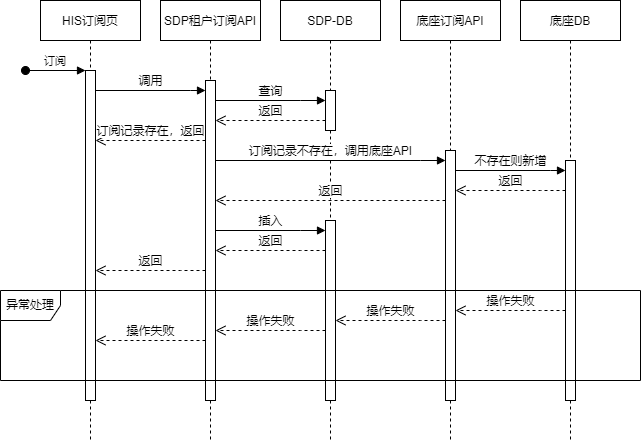
The draw.io diagram RASP底座v3.0 - 插件订阅流程.drawio.png in fy0715eien/fy.diagrams.net, before a commit. Source tidied: cells renumbered, new cells last; positions are measured from the earlier drawing's top-left corner, leaving out a move shared by most shapes.
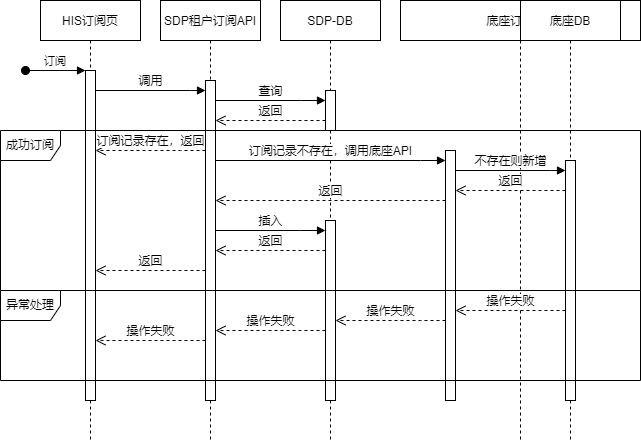
After the commit.

Commit message:
Update RASP底座v3.0 - 插件订阅流程.drawio.png

Diff of the diagram source:
```diff
@@ -20,11 +20,14 @@
       <mxGeometry x="45" y="80" width="10" height="320" as="geometry" />
     </mxCell>
     <mxCell id="7" value="底座订阅API" style="shape=umlLifeline;perimeter=lifelinePerimeter;rounded=0;shadow=0;strokeWidth=1;" parent="1" vertex="1">
-      <mxGeometry x="400" width="100" height="440" as="geometry" />
+      <mxGeometry x="400" width="240" height="440" as="geometry" />
     </mxCell>
     <mxCell id="8" style="html=1;points=[];perimeter=orthogonalPerimeter;direction=east;" parent="7" vertex="1">
       <mxGeometry x="45" y="150" width="10" height="250" as="geometry" />
     </mxCell>
+    <mxCell id="30" value="成功订阅" style="shape=umlFrame;whiteSpace=wrap;html=1;" parent="7" vertex="1">
+      <mxGeometry x="-400" y="130" width="640" height="160" as="geometry" />
+    </mxCell>
     <mxCell id="9" value="SDP-DB" style="shape=umlLifeline;perimeter=lifelinePerimeter;rounded=0;shadow=0;strokeWidth=1;" parent="1" vertex="1">
       <mxGeometry x="280" width="100" height="440" as="geometry" />
     </mxCell>
@@ -71,7 +74,7 @@
     <mxCell id="18" value="订阅记录存在，返回" style="html=1;verticalAlign=bottom;endArrow=open;dashed=1;endSize=8;rounded=0;" parent="1" edge="1" source="6" target="3">
       <mxGeometry relative="1" as="geometry">
         <Array as="points">
-          <mxPoint x="190" y="140" />
+          <mxPoint x="180" y="150" />
         </Array>
       </mxGeometry>
     </mxCell>
```
